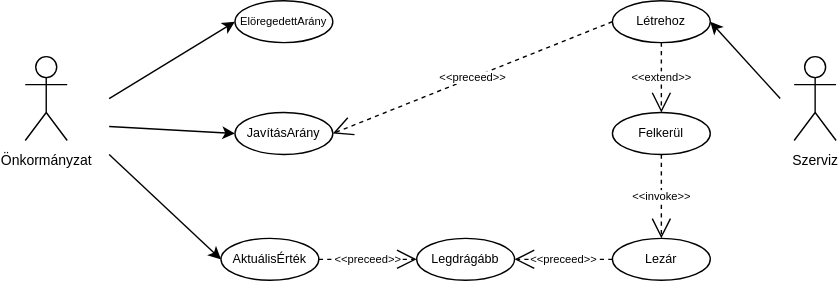
Earlier version of the draw.io export 2/oep/nagybeadando/terv/usecase_diagram.svg (sassvagyok/elte-ik). Source tidied: cells renumbered, new cells last; positions are measured from the earlier drawing's top-left corner, leaving out a move shared by most shapes.
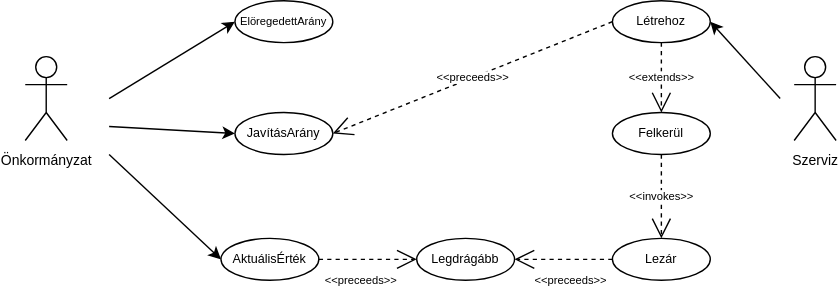
Later version of the same file.

The edit, as a diff of the source:
```diff
@@ -31,10 +31,10 @@
     <mxCell id="10" value="&lt;div&gt;AktuálisÉrték&lt;/div&gt;" style="ellipse;whiteSpace=wrap;html=1;fontSize=9;" parent="1" vertex="1">
       <mxGeometry x="140" y="170" width="70" height="30" as="geometry" />
     </mxCell>
-    <mxCell id="11" value="&amp;lt;&amp;lt;extend&amp;gt;&amp;gt;" style="endArrow=open;endSize=12;dashed=1;html=1;rounded=0;entryX=0.5;entryY=0;entryDx=0;entryDy=0;exitX=0.5;exitY=1;exitDx=0;exitDy=0;fontSize=8;" parent="1" edge="1" source="8" target="7">
+    <mxCell id="11" value="&amp;lt;&amp;lt;extends&amp;gt;&amp;gt;" style="endArrow=open;endSize=12;dashed=1;html=1;rounded=0;entryX=0.5;entryY=0;entryDx=0;entryDy=0;exitX=0.5;exitY=1;exitDx=0;exitDy=0;fontSize=8;" parent="1" edge="1" source="8" target="7">
       <mxGeometry relative="1" as="geometry" />
     </mxCell>
-    <mxCell id="12" value="&amp;lt;&amp;lt;invoke&amp;gt;&amp;gt;" style="endArrow=open;endSize=12;dashed=1;html=1;rounded=0;exitX=0.5;exitY=1;exitDx=0;exitDy=0;entryX=0.5;entryY=0;entryDx=0;entryDy=0;fontSize=8;" parent="1" edge="1" source="7" target="9">
+    <mxCell id="12" value="&amp;lt;&amp;lt;invokes&amp;gt;&amp;gt;" style="endArrow=open;endSize=12;dashed=1;html=1;rounded=0;exitX=0.5;exitY=1;exitDx=0;exitDy=0;entryX=0.5;entryY=0;entryDx=0;entryDy=0;fontSize=8;" parent="1" edge="1" source="7" target="9">
       <mxGeometry relative="1" as="geometry" />
     </mxCell>
     <mxCell id="13" style="endArrow=classic;html=1;rounded=0;entryX=0;entryY=0.5;entryDx=0;entryDy=0;" parent="1" edge="1" target="10">
@@ -42,11 +42,11 @@
         <mxPoint x="60" y="110" as="sourcePoint" />
       </mxGeometry>
     </mxCell>
-    <mxCell id="14" value="&amp;lt;&amp;lt;preceed&amp;gt;&amp;gt;" style="endArrow=open;endSize=12;dashed=1;html=1;rounded=0;exitX=0;exitY=0.5;exitDx=0;exitDy=0;entryX=1;entryY=0.5;entryDx=0;entryDy=0;fontSize=8;" parent="1" edge="1" source="9" target="5">
-      <mxGeometry relative="1" as="geometry" />
+    <mxCell id="14" value="&amp;lt;&amp;lt;preceeds&amp;gt;&amp;gt;" style="endArrow=open;endSize=12;dashed=1;html=1;rounded=0;exitX=0;exitY=0.5;exitDx=0;exitDy=0;entryX=1;entryY=0.5;entryDx=0;entryDy=0;fontSize=8;" parent="1" edge="1" source="9" target="5">
+      <mxGeometry x="-0.14" y="15" relative="1" as="geometry" />
     </mxCell>
-    <mxCell id="15" value="&lt;div&gt;&amp;lt;&amp;lt;preceed&amp;gt;&amp;gt;&lt;/div&gt;" style="endArrow=open;endSize=12;dashed=1;html=1;rounded=0;entryX=0;entryY=0.5;entryDx=0;entryDy=0;exitX=1;exitY=0.5;exitDx=0;exitDy=0;fontSize=8;" parent="1" edge="1" source="10" target="5">
-      <mxGeometry relative="1" as="geometry" />
+    <mxCell id="15" value="&lt;div&gt;&amp;lt;&amp;lt;preceeds&amp;gt;&amp;gt;&lt;/div&gt;" style="endArrow=open;endSize=12;dashed=1;html=1;rounded=0;entryX=0;entryY=0.5;entryDx=0;entryDy=0;exitX=1;exitY=0.5;exitDx=0;exitDy=0;fontSize=8;" parent="1" edge="1" source="10" target="5">
+      <mxGeometry x="-0.14" y="-15" relative="1" as="geometry" />
     </mxCell>
     <mxCell id="16" style="endArrow=classic;html=1;rounded=0;entryX=0;entryY=0.5;entryDx=0;entryDy=0;" parent="1" edge="1" target="4">
       <mxGeometry relative="1" as="geometry">
@@ -56,7 +56,7 @@
     <mxCell id="17" value="&lt;font style=&quot;font-size: 10px;&quot;&gt;Szerviz&lt;/font&gt;" style="shape=umlActor;verticalLabelPosition=bottom;verticalAlign=top;html=1;" parent="1" vertex="1">
       <mxGeometry x="550" y="40" width="30" height="60" as="geometry" />
     </mxCell>
-    <mxCell id="18" value="&amp;lt;&amp;lt;preceed&amp;gt;&amp;gt;" style="endArrow=open;endSize=12;dashed=1;html=1;rounded=0;exitX=0;exitY=0.5;exitDx=0;exitDy=0;entryX=1;entryY=0.5;entryDx=0;entryDy=0;fontSize=8;" parent="1" edge="1" source="8" target="6">
+    <mxCell id="18" value="&amp;lt;&amp;lt;preceeds&amp;gt;&amp;gt;" style="endArrow=open;endSize=12;dashed=1;html=1;rounded=0;exitX=0;exitY=0.5;exitDx=0;exitDy=0;entryX=1;entryY=0.5;entryDx=0;entryDy=0;fontSize=8;" parent="1" edge="1" source="8" target="6">
       <mxGeometry relative="1" as="geometry" />
     </mxCell>
     <mxCell id="19" style="endArrow=classic;html=1;rounded=0;entryX=0;entryY=0.5;entryDx=0;entryDy=0;" parent="1" edge="1" target="6">
```
